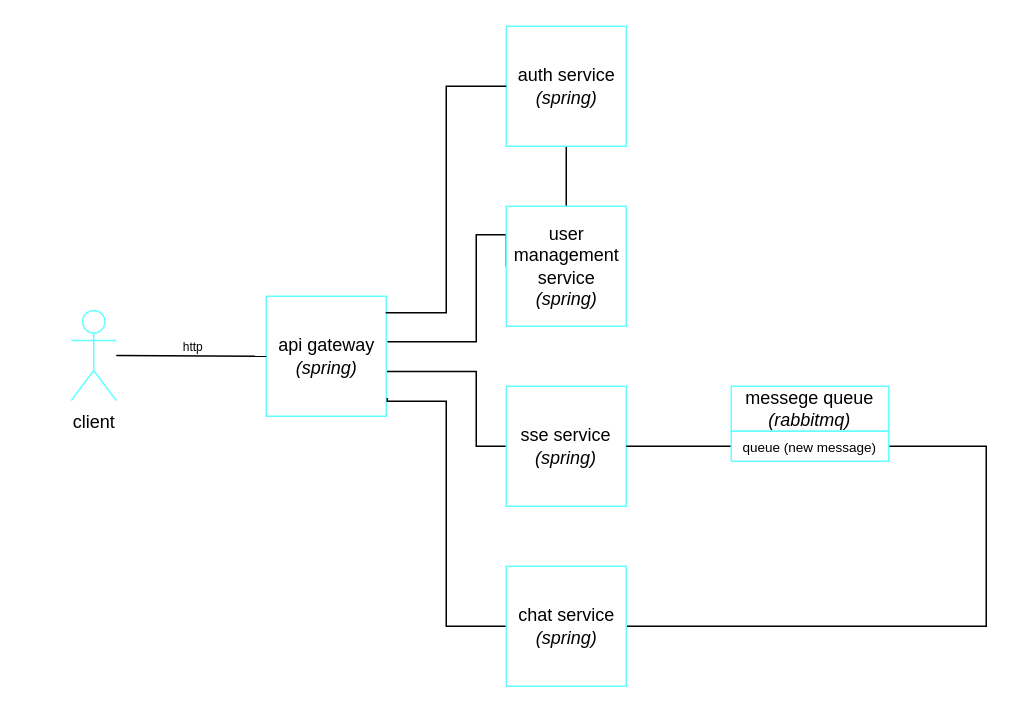
Yantar-f/RedNet keeps this draw.io diagram as rednet-system-design.drawio. Above is the earlier version. Source tidied: cells renumbered, new cells numbered last; positions are measured from the earlier drawing's top-left corner, leaving out a move shared by most shapes. Both pictures are drawn from the tidied source at 150%, with x=0, y=0 at pixel (70, 26).
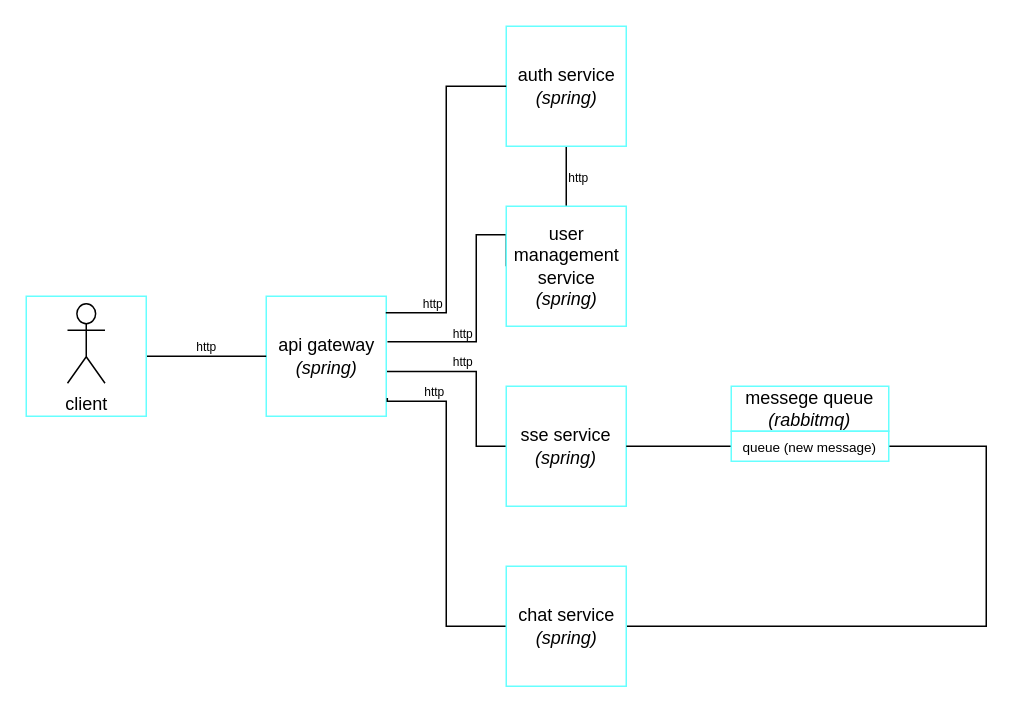
The same diagram, later.

The change refers to these unchanged cells:
```xml
<mxCell id="5" value="api gateway&lt;br&gt;&lt;i&gt;(spring)&lt;/i&gt;" style="html=1;strokeColor=#66FFFF;fillColor=none;" parent="1" vertex="1">
  <mxGeometry x="130" y="180" width="80" height="80" as="geometry" />
</mxCell>
```

The edit, as a diff of the source:
```diff
@@
-    <mxCell id="13" value="client" style="shape=umlActor;verticalLabelPosition=bottom;verticalAlign=top;html=1;outlineConnect=0;fillColor=none;strokeColor=#66FFFF;shadow=0;" parent="1" vertex="1">
-      <mxGeometry y="189.5" width="30" height="60" as="geometry" />
-    </mxCell>
-    <mxCell id="14" style="endArrow=none;startArrow=none;html=1;rounded=0;entryX=0;entryY=0.5;entryDx=0;entryDy=0;startFill=0;endFill=0;" parent="1" edge="1" source="13" target="5">
-      <mxGeometry relative="1" as="geometry" />
+    <mxCell id="14" style="endArrow=none;startArrow=none;html=1;rounded=0;entryX=0;entryY=0.5;entryDx=0;entryDy=0;startFill=0;endFill=0;" parent="1" edge="1" target="5">
+      <mxGeometry relative="1" as="geometry">
+        <mxPoint x="50" y="220" as="sourcePoint" />
+      </mxGeometry>
     </mxCell>
@@
     <mxCell id="18" value="&lt;font style=&quot;font-size: 8px;&quot;&gt;http&lt;/font&gt;" style="text;html=1;strokeColor=none;fillColor=none;align=center;verticalAlign=middle;whiteSpace=wrap;rounded=0;" parent="1" vertex="1">
-      <mxGeometry x="74" y="208" width="15" height="10" as="geometry" />
+      <mxGeometry x="83" y="208" width="15" height="10" as="geometry" />
     </mxCell>
@@
+    <mxCell id="20" value="&lt;font style=&quot;font-size: 8px;&quot;&gt;http&lt;/font&gt;" style="text;html=1;strokeColor=none;fillColor=none;align=center;verticalAlign=middle;whiteSpace=wrap;rounded=0;" parent="1" vertex="1">
+      <mxGeometry x="234" y="179" width="15" height="10" as="geometry" />
+    </mxCell>
+    <mxCell id="21" value="&lt;font style=&quot;font-size: 8px;&quot;&gt;http&lt;/font&gt;" style="text;html=1;strokeColor=none;fillColor=none;align=center;verticalAlign=middle;whiteSpace=wrap;rounded=0;" parent="1" vertex="1">
+      <mxGeometry x="254" y="199" width="15" height="10" as="geometry" />
+    </mxCell>
+    <mxCell id="22" value="&lt;font style=&quot;font-size: 8px;&quot;&gt;http&lt;/font&gt;" style="text;html=1;strokeColor=none;fillColor=none;align=center;verticalAlign=middle;whiteSpace=wrap;rounded=0;" parent="1" vertex="1">
+      <mxGeometry x="254" y="218" width="15" height="10" as="geometry" />
+    </mxCell>
+    <mxCell id="23" value="&lt;font style=&quot;font-size: 8px;&quot;&gt;http&lt;/font&gt;" style="text;html=1;strokeColor=none;fillColor=none;align=center;verticalAlign=middle;whiteSpace=wrap;rounded=0;" parent="1" vertex="1">
+      <mxGeometry x="235" y="238" width="15" height="10" as="geometry" />
+    </mxCell>
+    <mxCell id="24" value="&lt;font style=&quot;font-size: 8px;&quot;&gt;http&lt;/font&gt;" style="text;html=1;strokeColor=none;fillColor=none;align=center;verticalAlign=middle;whiteSpace=wrap;rounded=0;" parent="1" vertex="1">
+      <mxGeometry x="331" y="95" width="15" height="10" as="geometry" />
+    </mxCell>
+    <mxCell id="25" style="html=1;strokeColor=#66FFFF;fillColor=none;" parent="1" vertex="1">
+      <mxGeometry x="-30" y="180" width="80" height="80" as="geometry" />
+    </mxCell>
+    <mxCell id="13" value="client" style="shape=umlActor;verticalLabelPosition=bottom;verticalAlign=top;html=1;outlineConnect=0;" parent="1" vertex="1">
+      <mxGeometry x="-2.5" y="185" width="25" height="53" as="geometry" />
+    </mxCell>
```
